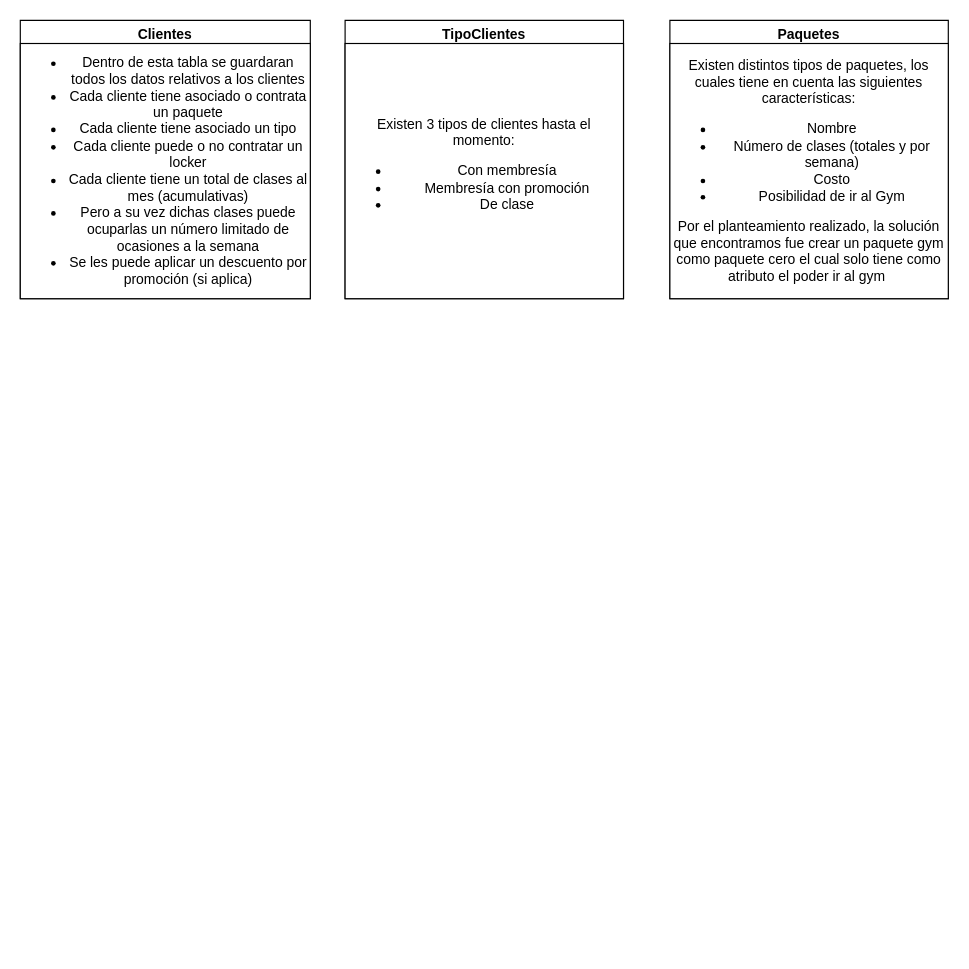
Fwxzxh/GymCastillo keeps this draw.io diagram as page "Documentación" (2 of 4) of GymCastillo/Docs/Diagrams/Gym.drawio. Above is the earlier version. Source tidied: cells renumbered, new cells numbered last; positions are measured from the earlier drawing's top-left corner, leaving out a move shared by most shapes. Both pictures are drawn from the tidied source at 116%, with x=0, y=0 at pixel (20, 20).
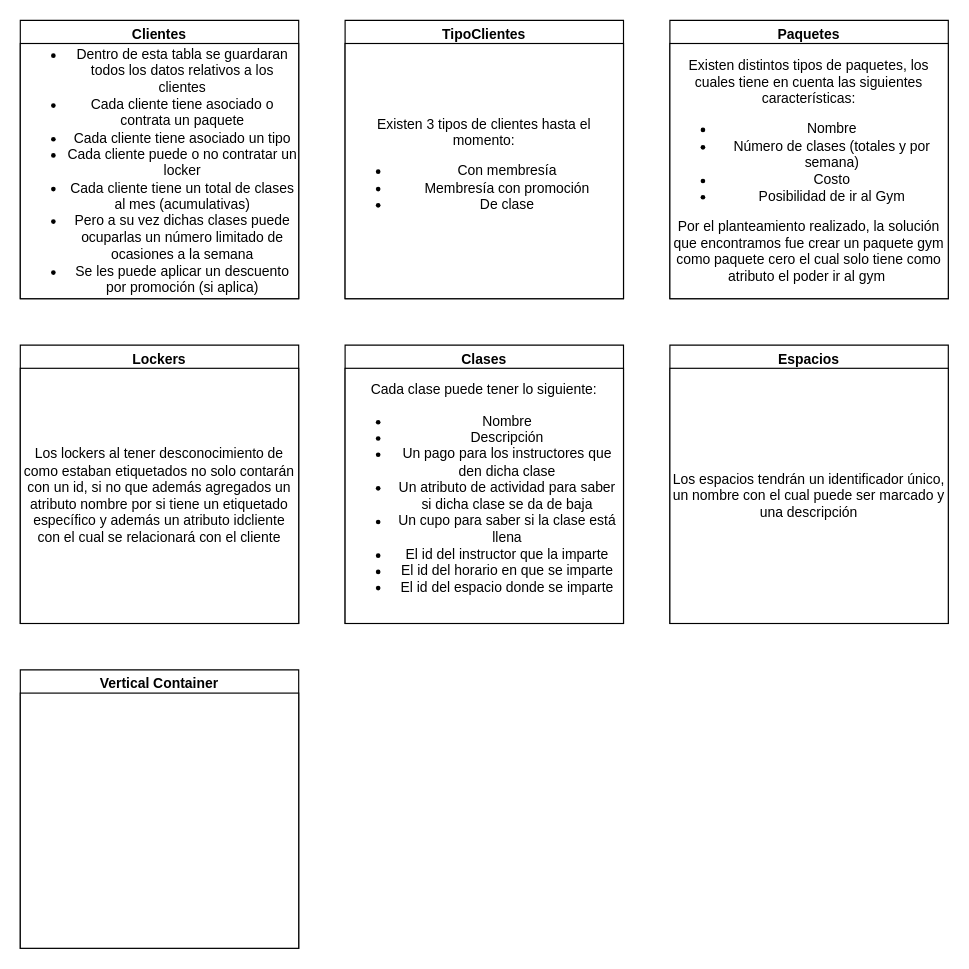
The same page after the edit.

Diff of the diagram source:
```diff
@@
 <mxGraphModel>
   <root>
     <mxCell id="0" />
     <mxCell id="1" parent="0" />
     <mxCell id="2" value="Clientes" style="swimlane;startSize=23;" parent="1" vertex="1">
-      <mxGeometry width="250" height="240" as="geometry" />
+      <mxGeometry width="240" height="240" as="geometry" />
     </mxCell>
     <mxCell id="3" value="&lt;ul&gt;&lt;li&gt;Dentro de esta tabla se guardaran todos los datos relativos a los clientes&lt;/li&gt;&lt;li&gt;Cada cliente tiene asociado o contrata un paquete&lt;/li&gt;&lt;li&gt;Cada cliente tiene asociado un tipo&lt;/li&gt;&lt;li&gt;Cada cliente puede o no contratar un locker&lt;/li&gt;&lt;li&gt;Cada cliente tiene un total de clases al mes (acumulativas)&lt;/li&gt;&lt;li&gt;Pero a su vez dichas clases puede ocuparlas un número limitado de ocasiones a la semana&lt;/li&gt;&lt;li&gt;Se les puede aplicar un descuento por promoción (si aplica)&lt;/li&gt;&lt;/ul&gt;" style="rounded=0;whiteSpace=wrap;html=1;" parent="2" vertex="1">
-      <mxGeometry y="20" width="250" height="220" as="geometry" />
+      <mxGeometry y="20" width="240" height="220" as="geometry" />
     </mxCell>
     <mxCell id="4" value="TipoClientes" style="swimlane;" parent="1" vertex="1">
       <mxGeometry x="280" width="240" height="240" as="geometry" />
     </mxCell>
     <mxCell id="5" value="Existen 3 tipos de clientes hasta el momento:&lt;br&gt;&lt;ul&gt;&lt;li&gt;Con membresía&lt;/li&gt;&lt;li&gt;Membresía con promoción&lt;/li&gt;&lt;li&gt;De clase&lt;/li&gt;&lt;/ul&gt;" style="rounded=0;whiteSpace=wrap;html=1;" parent="4" vertex="1">
       <mxGeometry y="20" width="240" height="220" as="geometry" />
     </mxCell>
     <mxCell id="6" value="Paquetes" style="swimlane;" parent="1" vertex="1">
       <mxGeometry x="560" width="240" height="240" as="geometry" />
     </mxCell>
     <mxCell id="7" value="Existen distintos tipos de paquetes, los cuales tiene en cuenta las siguientes características:&lt;br&gt;&lt;ul&gt;&lt;li&gt;Nombre&lt;/li&gt;&lt;li&gt;Número de clases (totales y por semana)&lt;/li&gt;&lt;li&gt;Costo&lt;/li&gt;&lt;li&gt;Posibilidad de ir al Gym&lt;/li&gt;&lt;/ul&gt;&lt;div&gt;Por el planteamiento realizado, la solución que encontramos fue crear un paquete gym como paquete cero el cual solo tiene como atributo el poder ir al gym&amp;nbsp;&lt;/div&gt;" style="rounded=0;whiteSpace=wrap;html=1;" parent="6" vertex="1">
       <mxGeometry y="20" width="240" height="220" as="geometry" />
     </mxCell>
+    <mxCell id="8" value="Lockers" style="swimlane;" parent="1" vertex="1">
+      <mxGeometry y="280" width="240" height="240" as="geometry" />
+    </mxCell>
+    <mxCell id="9" value="Los lockers al tener desconocimiento de como estaban etiquetados no solo contarán con un id, si no que además agregados un atributo nombre por si tiene un etiquetado específico y además un atributo idcliente con el cual se relacionará con el cliente" style="rounded=0;whiteSpace=wrap;html=1;" parent="8" vertex="1">
+      <mxGeometry y="20" width="240" height="220" as="geometry" />
+    </mxCell>
+    <mxCell id="10" value="Clases" style="swimlane;" parent="1" vertex="1">
+      <mxGeometry x="280" y="280" width="240" height="240" as="geometry" />
+    </mxCell>
+    <mxCell id="11" value="Cada clase puede tener lo siguiente:&lt;br&gt;&lt;ul&gt;&lt;li&gt;Nombre&lt;/li&gt;&lt;li&gt;Descripción&lt;/li&gt;&lt;li&gt;Un pago para los instructores que den dicha clase&lt;/li&gt;&lt;li&gt;Un atributo de actividad para saber si dicha clase se da de baja&lt;/li&gt;&lt;li&gt;Un cupo para saber si la clase está llena&lt;/li&gt;&lt;li&gt;El id del instructor que la imparte&lt;/li&gt;&lt;li&gt;El id del horario en que se imparte&lt;/li&gt;&lt;li&gt;El id del espacio donde se imparte&lt;/li&gt;&lt;/ul&gt;" style="rounded=0;whiteSpace=wrap;html=1;" parent="10" vertex="1">
+      <mxGeometry y="20" width="240" height="220" as="geometry" />
+    </mxCell>
+    <mxCell id="12" value="Espacios" style="swimlane;" parent="1" vertex="1">
+      <mxGeometry x="560" y="280" width="240" height="240" as="geometry" />
+    </mxCell>
+    <mxCell id="13" value="Los espacios tendrán un identificador único, un nombre con el cual puede ser marcado y una descripción" style="rounded=0;whiteSpace=wrap;html=1;" parent="12" vertex="1">
+      <mxGeometry y="20" width="240" height="220" as="geometry" />
+    </mxCell>
+    <mxCell id="14" value="Vertical Container" style="swimlane;" parent="1" vertex="1">
+      <mxGeometry y="560" width="240" height="240" as="geometry" />
+    </mxCell>
+    <mxCell id="15" style="rounded=0;whiteSpace=wrap;html=1;" parent="14" vertex="1">
+      <mxGeometry y="20" width="240" height="220" as="geometry" />
+    </mxCell>
   </root>
 </mxGraphModel>
```
